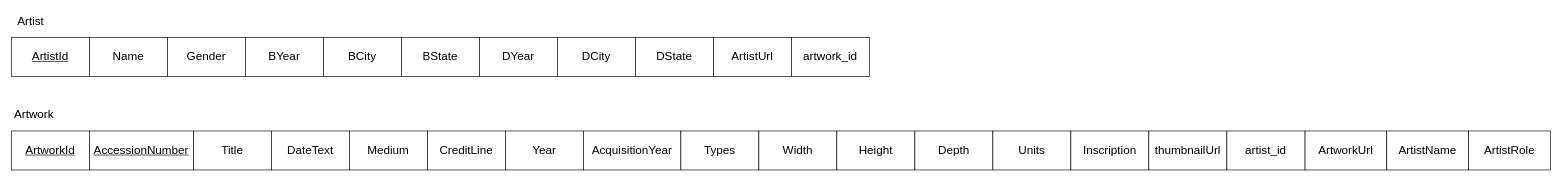
Earlier version of the draw.io diagram docs/diagrams/relational_model.drawio (Databases-Course-Project/Databases-Course-Project). Source tidied: cells renumbered, new cells numbered last; positions are measured from the earlier drawing's top-left corner, leaving out a move shared by most shapes. Both pictures are drawn from the tidied source at 65%, with x=0, y=0 at pixel (11, 11).
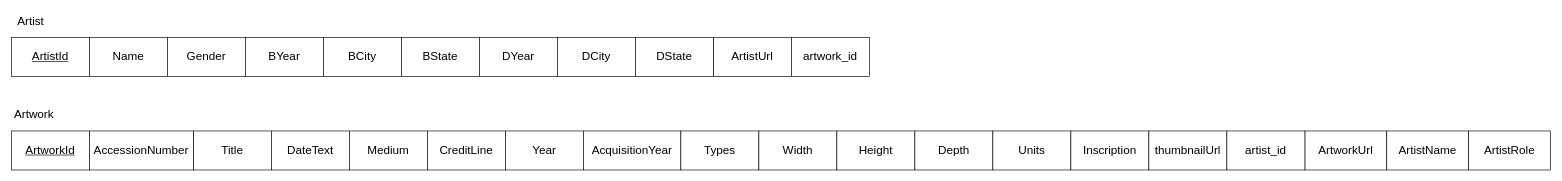
The same page after the edit.

Diff of the diagram source:
```diff
@@
-    <mxCell id="18" value="&lt;font style=&quot;font-size: 18px;&quot;&gt;&lt;u style=&quot;&quot;&gt;AccessionNumber&lt;/u&gt;&lt;/font&gt;" style="rounded=0;whiteSpace=wrap;html=1;" parent="1" vertex="1">
+    <mxCell id="18" value="&lt;font style=&quot;font-size: 18px;&quot;&gt;AccessionNumber&lt;/font&gt;" style="rounded=0;whiteSpace=wrap;html=1;" parent="1" vertex="1">
       <mxGeometry x="120" y="184" width="160" height="60" as="geometry" />
     </mxCell>
```
